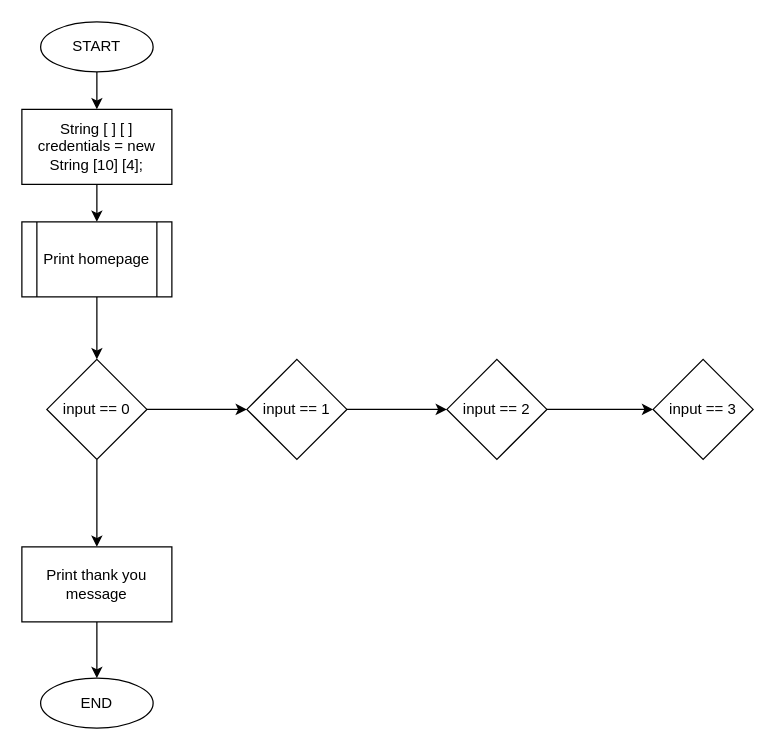
This is CreditWise.drawio from Gooseytwoshoes/Creditcard-Database, a draw.io file, before an edit. Source tidied: cells renumbered, new cells numbered last; positions are measured from the earlier drawing's top-left corner, leaving out a move shared by most shapes. Both pictures are drawn from the tidied source at 125%, with x=0, y=0 at pixel (21, 21).
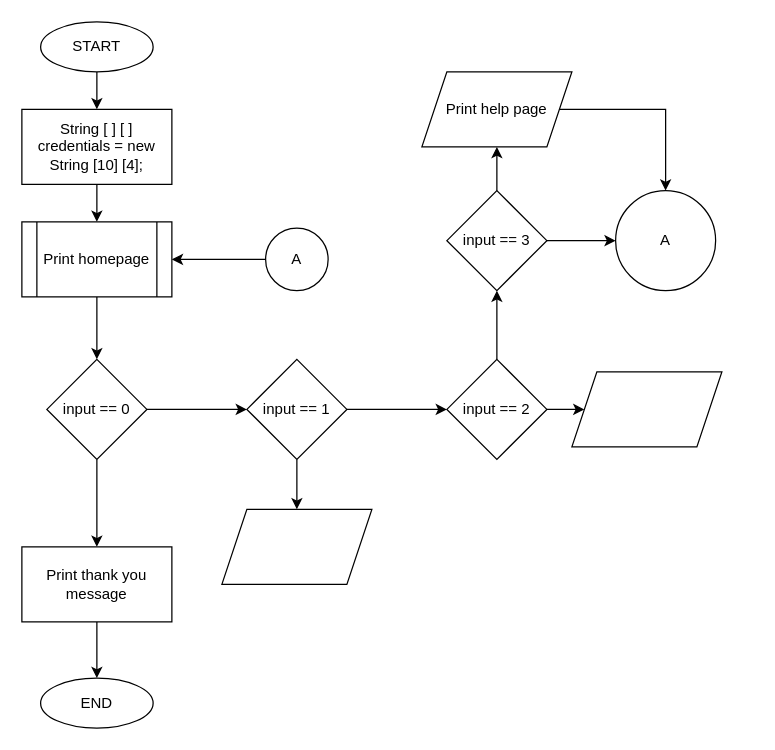
Above is the later version.

Unchanged cells that the change refers to:
```xml
<mxCell id="8" value="Print homepage" style="shape=process;whiteSpace=wrap;html=1;backgroundOutline=1;" parent="1" vertex="1">
  <mxGeometry y="160" width="120" height="60" as="geometry" />
</mxCell>
<mxCell id="13" value="input == 1" style="rhombus;whiteSpace=wrap;html=1;" parent="1" vertex="1">
  <mxGeometry x="180" y="270" width="80" height="80" as="geometry" />
</mxCell>
<mxCell id="15" value="input == 2" style="rhombus;whiteSpace=wrap;html=1;" parent="1" vertex="1">
  <mxGeometry x="340" y="270" width="80" height="80" as="geometry" />
</mxCell>
```

Diff of the diagram source:
```diff
@@
+    <mxCell id="19" style="edgeStyle=orthogonalEdgeStyle;rounded=0;jettySize=auto;html=1;" parent="1" edge="1" source="13" target="23">
+      <mxGeometry relative="1" as="geometry" />
+    </mxCell>
@@
+    <mxCell id="20" style="edgeStyle=orthogonalEdgeStyle;rounded=0;jettySize=auto;html=1;" parent="1" edge="1" source="15" target="24">
+      <mxGeometry relative="1" as="geometry" />
+    </mxCell>
@@
+    <mxCell id="21" style="edgeStyle=orthogonalEdgeStyle;rounded=0;jettySize=auto;html=1;" parent="1" edge="1" source="16" target="26">
+      <mxGeometry relative="1" as="geometry" />
+    </mxCell>
+    <mxCell id="22" style="edgeStyle=orthogonalEdgeStyle;rounded=0;jettySize=auto;html=1;" parent="1" edge="1" source="16" target="29">
+      <mxGeometry relative="1" as="geometry" />
+    </mxCell>
     <mxCell id="16" value="input == 3" style="rhombus;whiteSpace=wrap;html=1;" parent="1" vertex="1">
-      <mxGeometry x="505" y="270" width="80" height="80" as="geometry" />
+      <mxGeometry x="340" y="135" width="80" height="80" as="geometry" />
     </mxCell>
@@
+    <mxCell id="23" style="shape=parallelogram;perimeter=parallelogramPerimeter;whiteSpace=wrap;html=1;fixedSize=1;" parent="1" vertex="1">
+      <mxGeometry x="160" y="390" width="120" height="60" as="geometry" />
+    </mxCell>
+    <mxCell id="24" style="shape=parallelogram;perimeter=parallelogramPerimeter;whiteSpace=wrap;html=1;fixedSize=1;" parent="1" vertex="1">
+      <mxGeometry x="440" y="280" width="120" height="60" as="geometry" />
+    </mxCell>
+    <mxCell id="25" style="edgeStyle=orthogonalEdgeStyle;rounded=0;jettySize=auto;html=1;" parent="1" edge="1" source="26" target="29">
+      <mxGeometry relative="1" as="geometry" />
+    </mxCell>
+    <mxCell id="26" value="Print help page" style="shape=parallelogram;perimeter=parallelogramPerimeter;whiteSpace=wrap;html=1;fixedSize=1;" parent="1" vertex="1">
+      <mxGeometry x="320" y="40" width="120" height="60" as="geometry" />
+    </mxCell>
+    <mxCell id="27" style="edgeStyle=orthogonalEdgeStyle;rounded=0;jettySize=auto;html=1;" parent="1" edge="1" source="28" target="8">
+      <mxGeometry relative="1" as="geometry" />
+    </mxCell>
+    <mxCell id="28" value="A" style="ellipse;whiteSpace=wrap;html=1;" parent="1" vertex="1">
+      <mxGeometry x="195" y="165" width="50" height="50" as="geometry" />
+    </mxCell>
+    <mxCell id="29" value="A" style="ellipse;whiteSpace=wrap;html=1;" parent="1" vertex="1">
+      <mxGeometry x="475" y="135" width="80" height="80" as="geometry" />
+    </mxCell>
```
